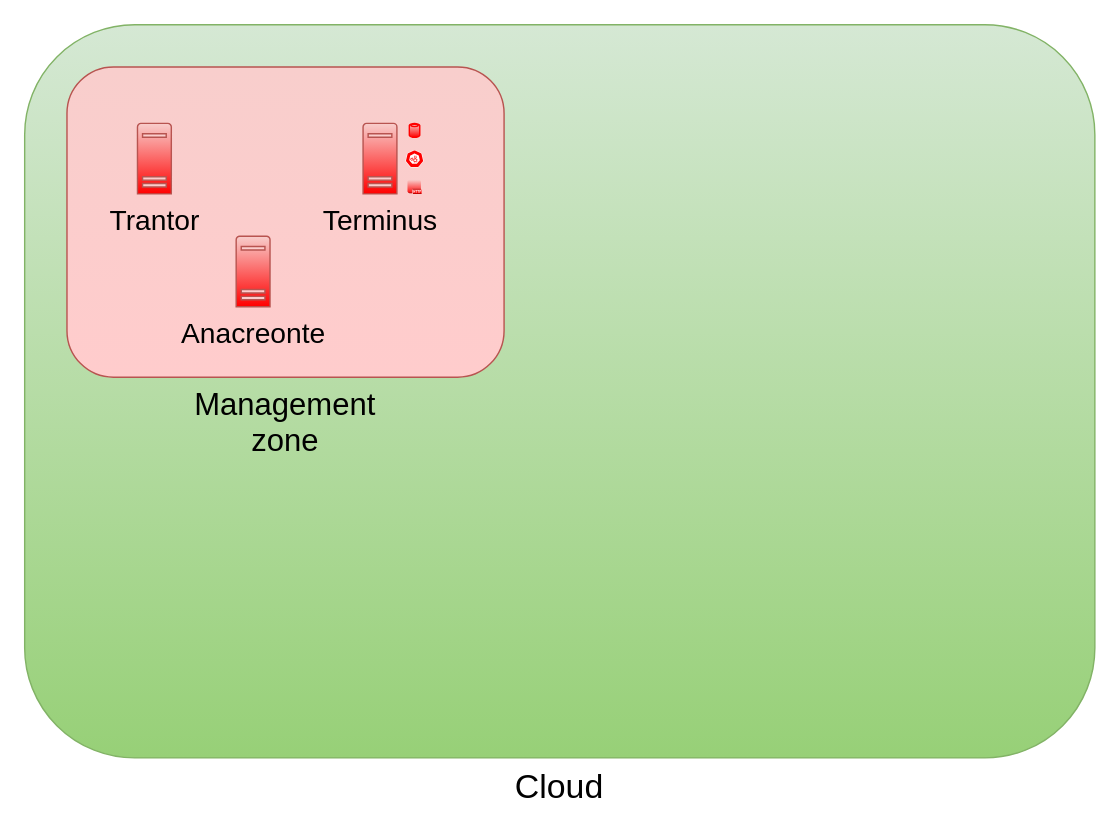
OscHer/treboform keeps this draw.io diagram as Diagrama sin título.drawio. Above is the earlier version. Source tidied: cells renumbered, new cells numbered last; positions are measured from the earlier drawing's top-left corner, leaving out a move shared by most shapes. Both pictures are drawn from the tidied source at 141%, with x=0, y=0 at pixel (24, 24).
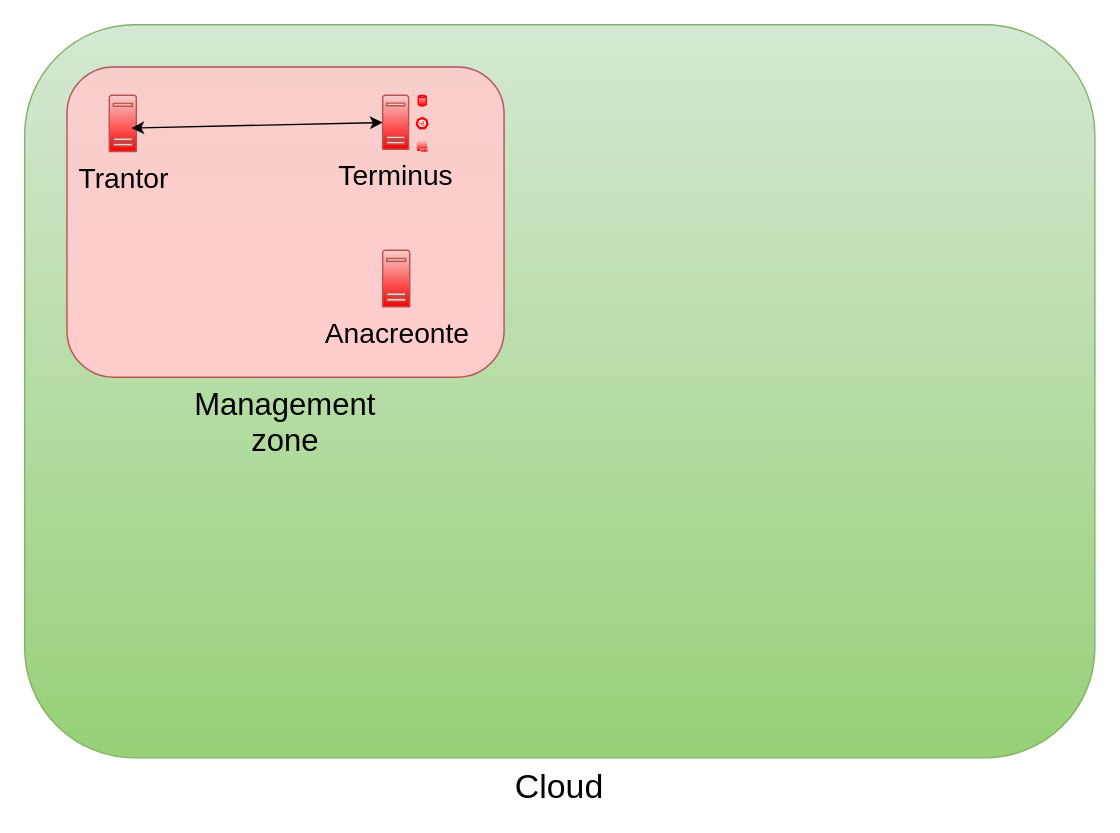
Above is the later version.

The edit, as a diff of the source:
```diff
@@
 <mxGraphModel>
   <root>
     <mxCell id="0" />
     <mxCell id="1" parent="0" />
     <mxCell id="2" parent="0" />
     <mxCell id="3" value="&lt;div style=&quot;font-size: 24px;&quot; align=&quot;left&quot;&gt;&lt;font style=&quot;font-size: 24px;&quot;&gt;Cloud&lt;br&gt;&lt;/font&gt;&lt;/div&gt;" style="rounded=1;whiteSpace=wrap;html=1;fillColor=#d5e8d4;strokeColor=#82b366;gradientColor=#97d077;verticalAlign=top;labelPosition=center;verticalLabelPosition=bottom;align=center;" parent="2" vertex="1">
       <mxGeometry width="759" height="520" as="geometry" />
     </mxCell>
     <mxCell id="4" parent="0" />
     <mxCell id="5" value="&lt;div style=&quot;font-size: 22px;&quot;&gt;&lt;font style=&quot;font-size: 22px;&quot;&gt;Management&lt;/font&gt;&lt;/div&gt;&lt;div style=&quot;font-size: 22px;&quot;&gt;&lt;font style=&quot;font-size: 22px;&quot;&gt;&lt;font style=&quot;font-size: 22px;&quot;&gt;zone&lt;/font&gt;&lt;br&gt;&lt;/font&gt;&lt;/div&gt;" style="rounded=1;whiteSpace=wrap;html=1;fontSize=20;labelPosition=center;verticalLabelPosition=bottom;align=center;verticalAlign=top;fillColor=#f8cecc;gradientColor=#FFCCCC;strokeColor=#b85450;" parent="4" vertex="1">
       <mxGeometry x="30" y="30" width="310" height="220" as="geometry" />
     </mxCell>
     <mxCell id="6" value="Trantor" style="sketch=0;shadow=0;dashed=0;html=1;strokeColor=#b85450;labelPosition=center;verticalLabelPosition=bottom;verticalAlign=top;align=center;fillColor=#f8cecc;shape=mxgraph.mscae.enterprise.server_generic;gradientColor=#FF0000;fontSize=20;" parent="4" vertex="1">
-      <mxGeometry x="80" y="70" width="24" height="50" as="geometry" />
+      <mxGeometry x="60" y="50" width="19.2" height="40" as="geometry" />
     </mxCell>
+    <mxCell id="12" value="Anacreonte" style="sketch=0;shadow=0;dashed=0;html=1;strokeColor=#b85450;labelPosition=center;verticalLabelPosition=bottom;verticalAlign=top;align=center;fillColor=#f8cecc;shape=mxgraph.mscae.enterprise.server_generic;gradientColor=#FF0000;fontSize=20;" parent="4" vertex="1">
+      <mxGeometry x="253.9" y="160" width="19.2" height="40" as="geometry" />
+    </mxCell>
+    <mxCell id="13" style="group;" parent="4" vertex="1">
+      <mxGeometry x="253.9" y="50" width="33" height="40" as="geometry" />
+    </mxCell>
-    <mxCell id="7" value="Terminus" style="sketch=0;shadow=0;dashed=0;html=1;strokeColor=#b85450;labelPosition=center;verticalLabelPosition=bottom;verticalAlign=top;align=center;fillColor=#f8cecc;shape=mxgraph.mscae.enterprise.server_generic;fontFamily=Helvetica;fontSize=20;gradientColor=#FF0000;" parent="4" vertex="1">
-      <mxGeometry x="240" y="70" width="24" height="50" as="geometry" />
+    <mxCell id="7" value="Terminus" style="sketch=0;shadow=0;dashed=0;html=1;strokeColor=#b85450;labelPosition=center;verticalLabelPosition=bottom;verticalAlign=top;align=center;fillColor=#f8cecc;shape=mxgraph.mscae.enterprise.server_generic;fontFamily=Helvetica;fontSize=20;gradientColor=#FF0000;" parent="13" vertex="1">
+      <mxGeometry width="18.4" height="38.4" as="geometry" />
     </mxCell>
-    <mxCell id="8" style="group;" parent="4" vertex="1">
-      <mxGeometry x="270" y="70" width="13" height="50" as="geometry" />
+    <mxCell id="8" style="group;" parent="13" vertex="1">
+      <mxGeometry x="23" width="10" height="40" as="geometry" />
     </mxCell>
     <mxCell id="9" style="sketch=0;shadow=0;dashed=0;html=1;strokeColor=#FF0000;labelPosition=center;verticalLabelPosition=bottom;verticalAlign=top;align=center;fillColor=#f8cecc;shape=mxgraph.mscae.enterprise.database_generic;fontFamily=Helvetica;fontSize=12;gradientColor=#FF0000;" parent="8" vertex="1">
-      <mxGeometry x="2.8" width="7.4" height="10" as="geometry" />
+      <mxGeometry x="2.2" width="5.7" height="7.7" as="geometry" />
     </mxCell>
     <mxCell id="10" style="dashed=0;verticalLabelPosition=bottom;verticalAlign=top;align=center;html=1;shape=mxgraph.aws3.http_protocol;fillColor=#f8cecc;gradientColor=#FF0000;shadow=0;sketch=0;strokeColor=#FF0000;fontFamily=Helvetica;fontSize=12;" parent="8" vertex="1">
-      <mxGeometry x="1.5" y="40" width="10" height="10" as="geometry" />
+      <mxGeometry x="1.2" y="32" width="7.7" height="8" as="geometry" />
     </mxCell>
     <mxCell id="11" style="sketch=0;html=1;dashed=0;whitespace=wrap;verticalLabelPosition=bottom;verticalAlign=top;fillColor=#FF0000;strokeColor=#ffffff;shape=mxgraph.kubernetes.icon2;prIcon=api;shadow=0;align=center;fontFamily=Helvetica;fontSize=12;fontColor=default;" parent="8" vertex="1">
-      <mxGeometry y="18.8" width="13" height="12.5" as="geometry" />
+      <mxGeometry y="15" width="10" height="9.6" as="geometry" />
     </mxCell>
-    <mxCell id="12" value="Anacreonte" style="sketch=0;shadow=0;dashed=0;html=1;strokeColor=#b85450;labelPosition=center;verticalLabelPosition=bottom;verticalAlign=top;align=center;fillColor=#f8cecc;shape=mxgraph.mscae.enterprise.server_generic;gradientColor=#FF0000;fontSize=20;" parent="4" vertex="1">
-      <mxGeometry x="150" y="150" width="24" height="50" as="geometry" />
-    </mxCell>
+    <mxCell id="14" style="endArrow=classic;startArrow=classic;html=1;rounded=0;fontFamily=Helvetica;fontSize=12;fontColor=default;exitX=0.818;exitY=0.583;exitDx=0;exitDy=0;exitPerimeter=0;" parent="4" edge="1" source="6" target="7">
+      <mxGeometry relative="1" as="geometry" />
+    </mxCell>
   </root>
 </mxGraphModel>
```
